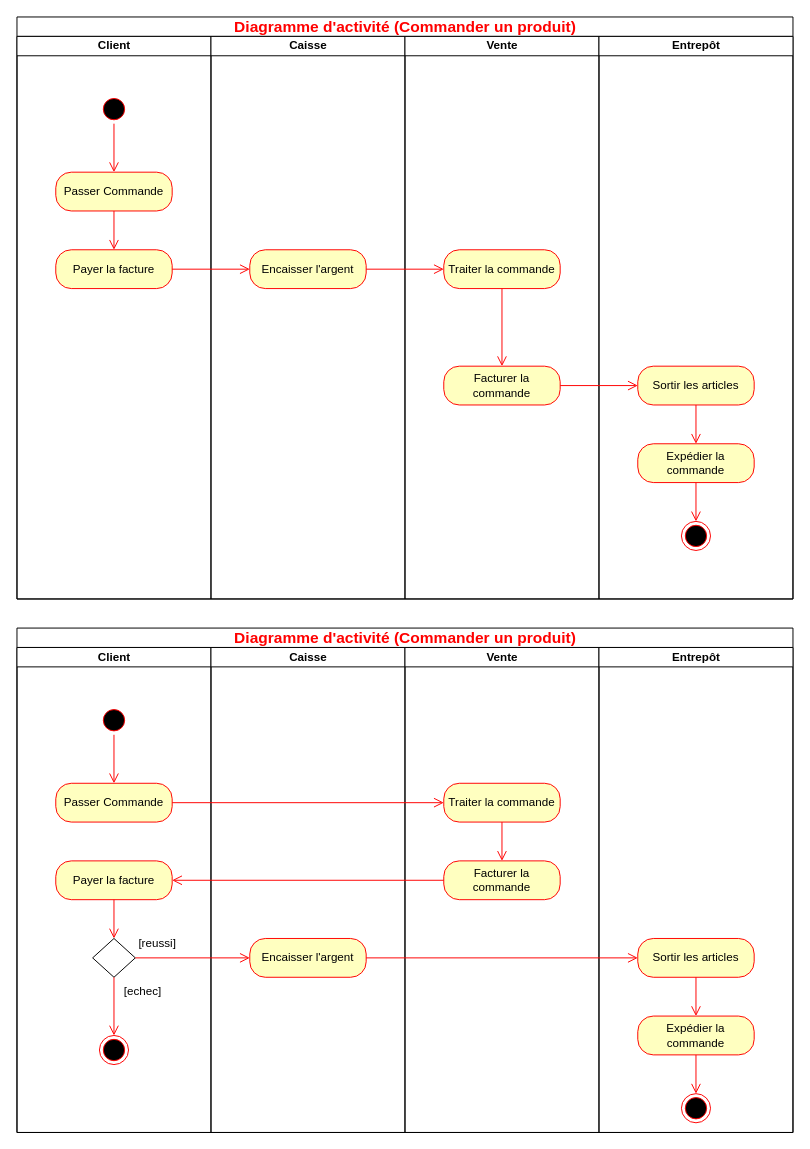
Mzk-Ali/EXO_M2I_UML keeps this draw.io diagram as TP5/TP_5_UML_Exercice_1.drawio. Above is the earlier version. Source tidied: cells renumbered, new cells numbered last; positions are measured from the earlier drawing's top-left corner, leaving out a move shared by most shapes. Both pictures are drawn from the tidied source at 97%, with x=0, y=0 at pixel (16, 16).
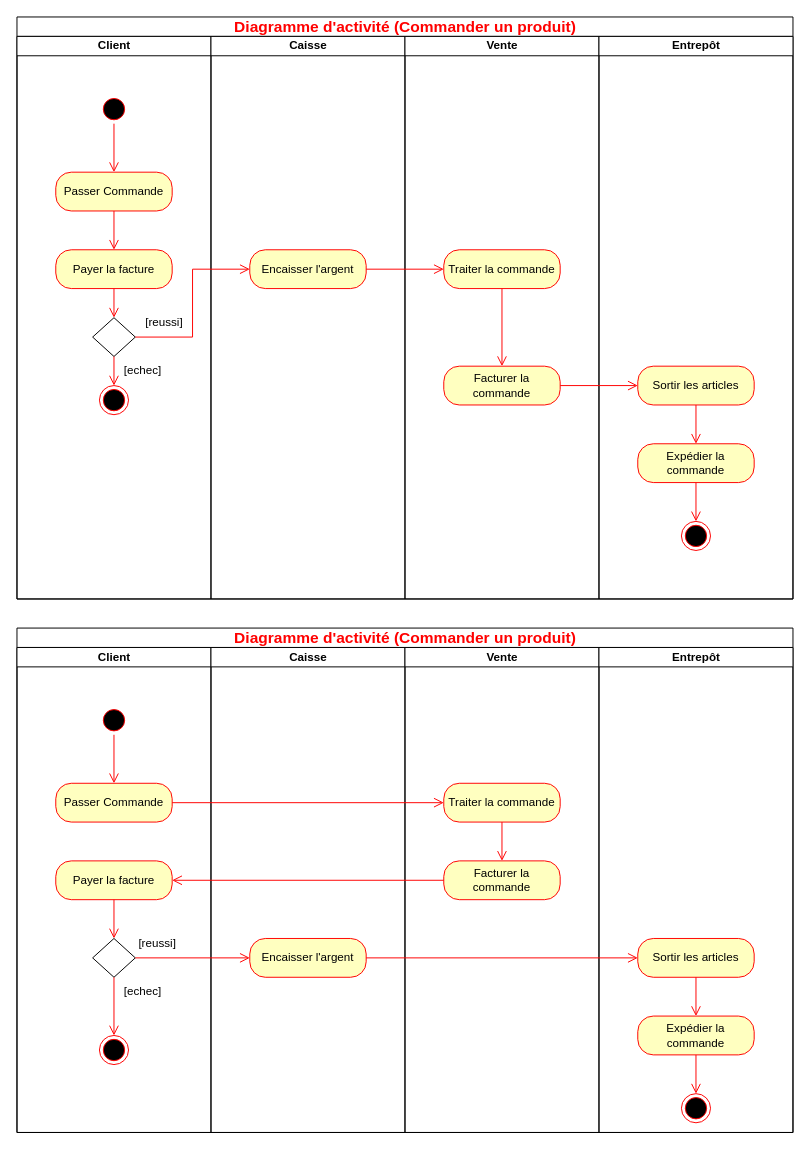
Above is the later version.

Commit message:
Mettre à jour TP_5_UML_Exercice_1.drawio

The change refers to these unchanged cells:
```xml
<mxCell id="2" value="&lt;font style=&quot;color: light-dark(rgb(255, 0, 0), rgb(237, 237, 237)); font-size: 16px;&quot;&gt;Diagramme d'activité (Commander un produit)&lt;/font&gt;" style="swimlane;startSize=20;html=1;" parent="1" vertex="1">
  <mxGeometry width="800" height="600" as="geometry" />
</mxCell>
<mxCell id="3" value="Client" style="swimlane;startSize=20;html=1;" parent="2" vertex="1">
  <mxGeometry y="20" width="200" height="580" as="geometry" />
</mxCell>
<mxCell id="8" value="Payer la facture" style="rounded=1;whiteSpace=wrap;html=1;arcSize=40;fontColor=#000000;fillColor=#ffffc0;strokeColor=#ff0000;" parent="3" vertex="1">
  <mxGeometry x="40" y="220" width="120" height="40" as="geometry" />
</mxCell>
<mxCell id="10" value="Encaisser l'argent" style="rounded=1;whiteSpace=wrap;html=1;arcSize=40;fontColor=#000000;fillColor=#ffffc0;strokeColor=#ff0000;" parent="9" vertex="1">
  <mxGeometry x="40" y="220" width="120" height="40" as="geometry" />
</mxCell>
```

What changed in the source:
```diff
@@
+    <mxCell id="52" style="rhombus;whiteSpace=wrap;html=1;" parent="3" vertex="1">
+      <mxGeometry x="78" y="290" width="44" height="40" as="geometry" />
+    </mxCell>
+    <mxCell id="53" style="edgeStyle=orthogonalEdgeStyle;html=1;verticalAlign=bottom;endArrow=open;endSize=8;strokeColor=#ff0000;rounded=0;entryX=0.5;entryY=0;entryDx=0;entryDy=0;exitX=0.5;exitY=1;exitDx=0;exitDy=0;" parent="3" edge="1" source="8" target="52">
+      <mxGeometry relative="1" as="geometry" />
+    </mxCell>
+    <mxCell id="54" style="ellipse;html=1;shape=endState;fillColor=#000000;strokeColor=#ff0000;" parent="3" vertex="1">
+      <mxGeometry x="85" y="360" width="30" height="30" as="geometry" />
+    </mxCell>
+    <mxCell id="55" style="edgeStyle=orthogonalEdgeStyle;html=1;verticalAlign=bottom;endArrow=open;endSize=8;strokeColor=#ff0000;rounded=0;entryX=0.5;entryY=0;entryDx=0;entryDy=0;exitX=0.5;exitY=1;exitDx=0;exitDy=0;" parent="3" edge="1" source="52" target="54">
+      <mxGeometry relative="1" as="geometry" />
+    </mxCell>
+    <mxCell id="56" value="[echec]" style="text;html=1;align=center;verticalAlign=middle;whiteSpace=wrap;rounded=0;" parent="3" vertex="1">
+      <mxGeometry x="100" y="330" width="60" height="30" as="geometry" />
+    </mxCell>
+    <mxCell id="57" value="[reussi]" style="text;html=1;align=center;verticalAlign=middle;whiteSpace=wrap;rounded=0;" parent="3" vertex="1">
+      <mxGeometry x="122" y="280" width="60" height="30" as="geometry" />
+    </mxCell>
@@
-    <mxCell id="21" style="edgeStyle=orthogonalEdgeStyle;html=1;verticalAlign=bottom;endArrow=open;endSize=8;strokeColor=#ff0000;rounded=0;entryX=0;entryY=0.5;entryDx=0;entryDy=0;" parent="2" edge="1" source="8" target="10">
+    <mxCell id="21" style="edgeStyle=orthogonalEdgeStyle;html=1;verticalAlign=bottom;endArrow=open;endSize=8;strokeColor=#ff0000;rounded=0;entryX=0;entryY=0.5;entryDx=0;entryDy=0;exitX=1;exitY=0.5;exitDx=0;exitDy=0;" parent="2" edge="1" source="52" target="10">
       <mxGeometry relative="1" as="geometry" />
     </mxCell>
```
